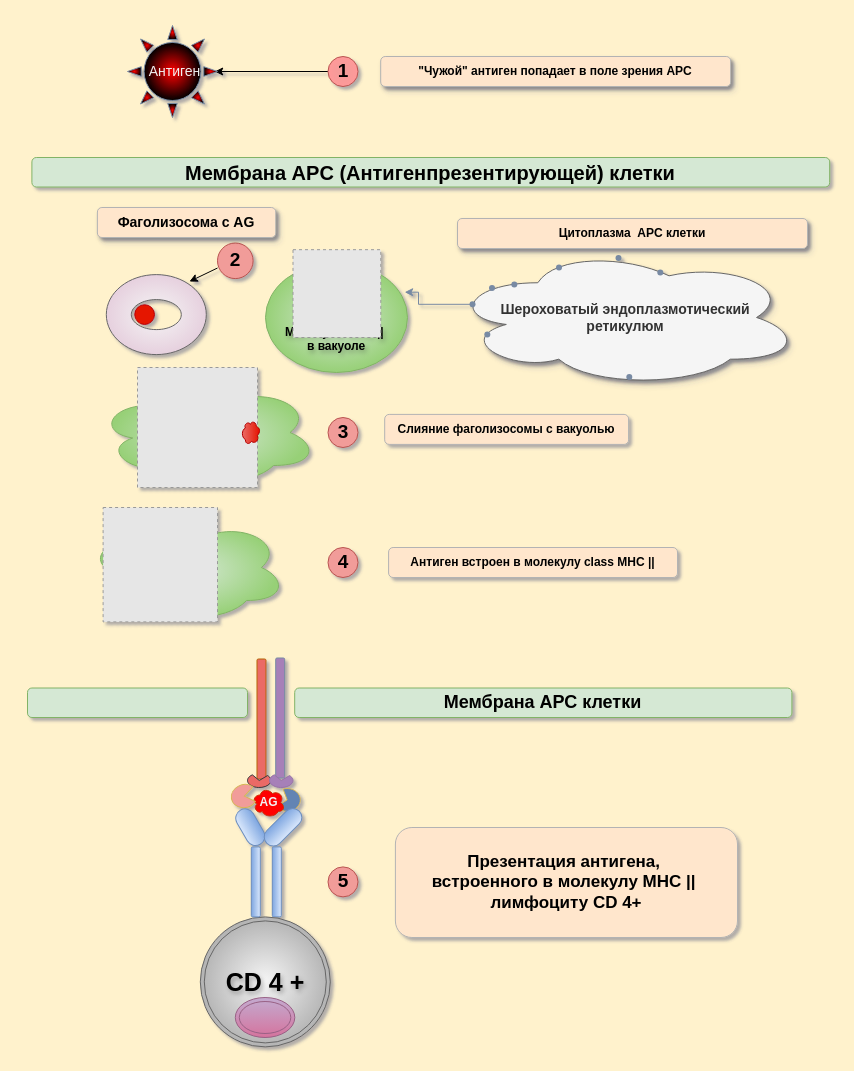
Before: membraine.drawio in lissa3/menubar, a draw.io diagram. Source tidied: cells renumbered, new cells numbered last; positions are measured from the earlier drawing's top-left corner, leaving out a move shared by most shapes. Both pictures are drawn from the tidied source at 100%, with x=0, y=0 at pixel (17, 17). Pictures stored in the file or linked from it are replaced by grey dashed boxes.
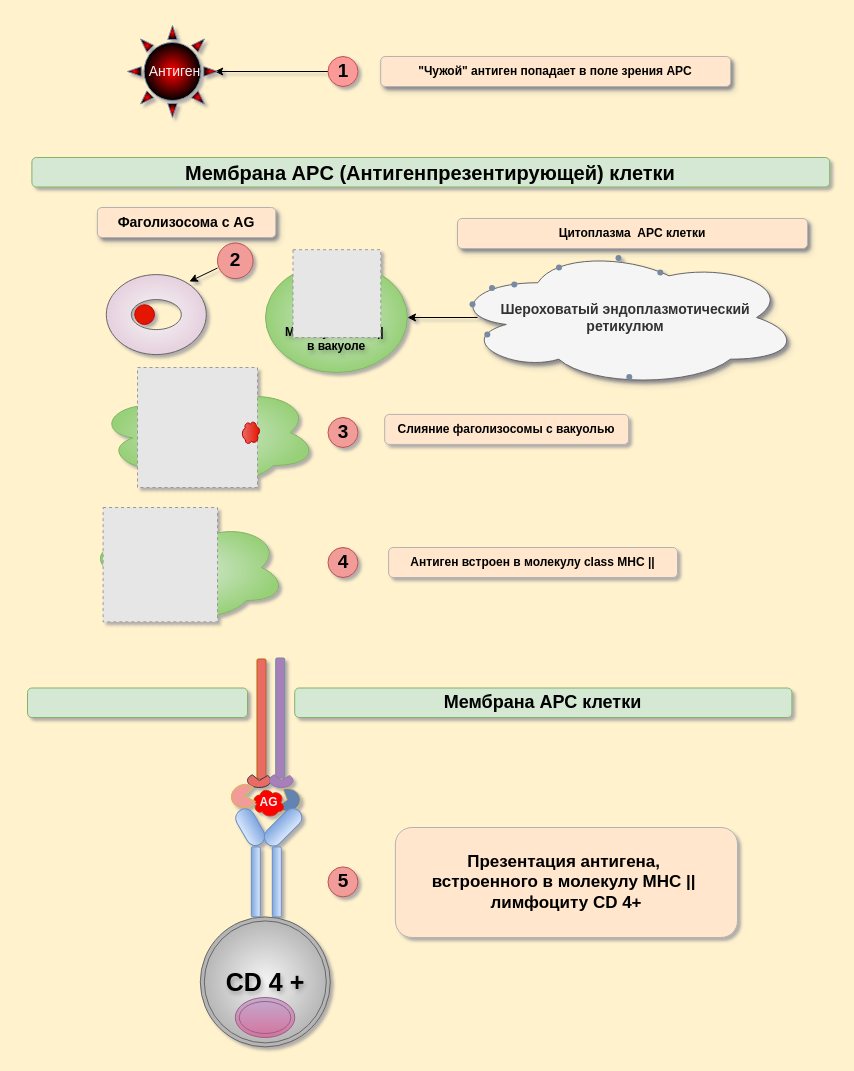
The same page after the edit.

The change refers to these unchanged cells:
```xml
<mxCell id="8" style="shape=waypoint;sketch=0;fillStyle=solid;size=6;points=[];fillColor=none;perimeter=centerPerimeter;snapToPoint=1;labelBackgroundColor=none;strokeColor=#788AA3;fontColor=#46495D;" parent="1" vertex="1">
  <mxGeometry x="445" y="276.8" width="20" height="20" as="geometry" />
</mxCell>
<mxCell id="27" value="&lt;br&gt;&lt;div&gt;&lt;b&gt;&lt;br&gt;&lt;/b&gt;&lt;/div&gt;&lt;div&gt;&lt;b&gt;&lt;br&gt;&lt;/b&gt;&lt;/div&gt;&lt;div&gt;&lt;b&gt;Молекула MHC ||&amp;nbsp;&lt;/b&gt;&lt;div&gt;&lt;b&gt;в вакуоле&lt;/b&gt;&lt;/div&gt;&lt;/div&gt;" style="ellipse;whiteSpace=wrap;html=1;direction=south;fillColor=#d5e8d4;strokeColor=#82b366;labelBackgroundColor=none;textShadow=1;gradientColor=#97d077;gradientDirection=radial;" parent="1" vertex="1">
  <mxGeometry x="248" y="245" width="142" height="110" as="geometry" />
</mxCell>
```

Change to the diagram source:
```diff
@@
-    <mxCell id="7" style="edgeStyle=orthogonalEdgeStyle;rounded=0;jettySize=auto;html=1;strokeColor=#788AA3;fontColor=#46495D;fillColor=#B2C9AB;entryX=0.27;entryY=0.02;entryDx=0;entryDy=0;entryPerimeter=0;" parent="1" edge="1" source="8" target="27">
-      <mxGeometry relative="1" as="geometry">
-        <Array as="points">
-          <mxPoint x="401" y="287" />
-          <mxPoint x="401" y="275" />
-        </Array>
-      </mxGeometry>
-    </mxCell>
@@
+    <mxCell id="58" style="endArrow=classic;html=1;rounded=0;entryX=0.5;entryY=0;entryDx=0;entryDy=0;" parent="1" edge="1" target="27">
+      <mxGeometry relative="1" as="geometry">
+        <mxPoint x="460" y="300" as="sourcePoint" />
+      </mxGeometry>
+    </mxCell>
```
